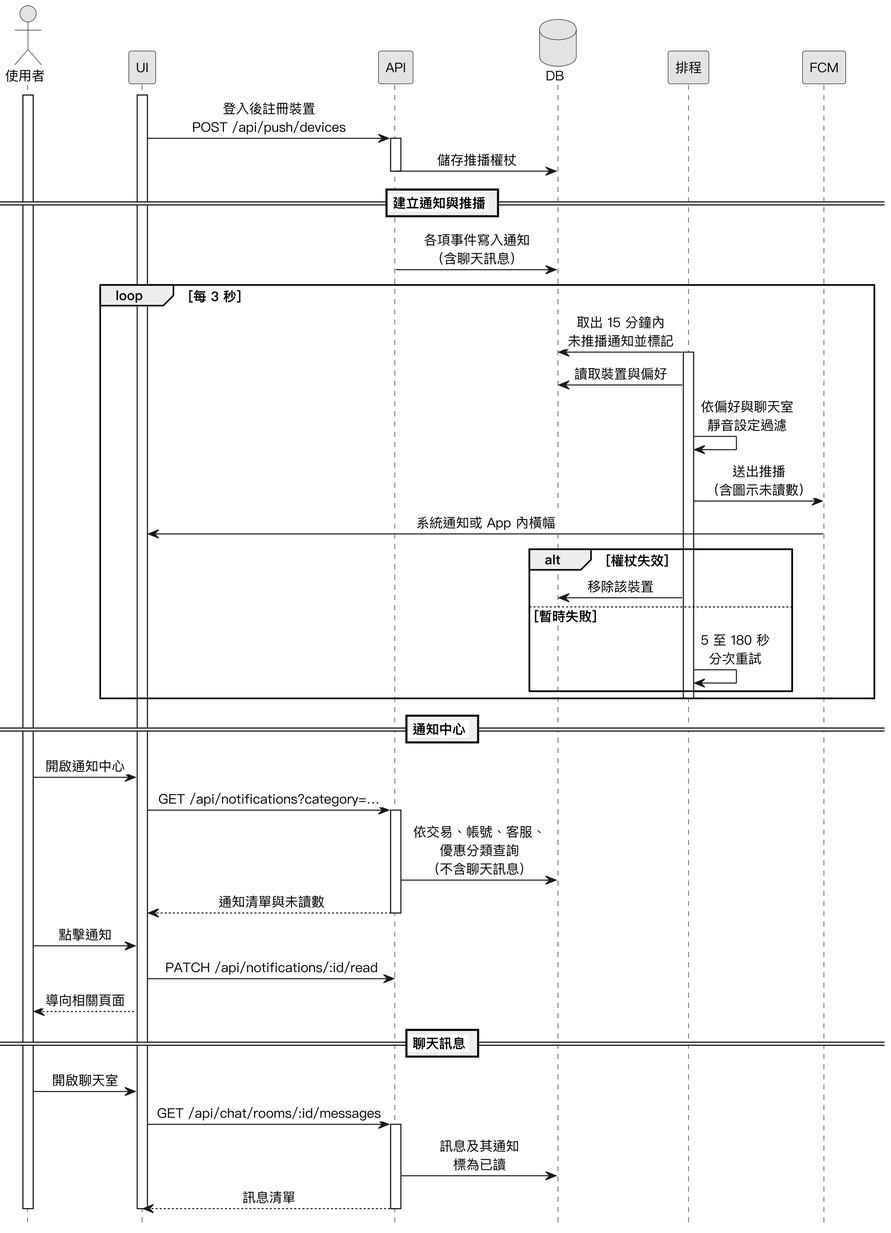
SaveMyBook/SaveMyBook keeps this PlantUML diagram as Diagrams/Sequence Diagrams/v3/seq_notification_push.png. Above is the earlier version.
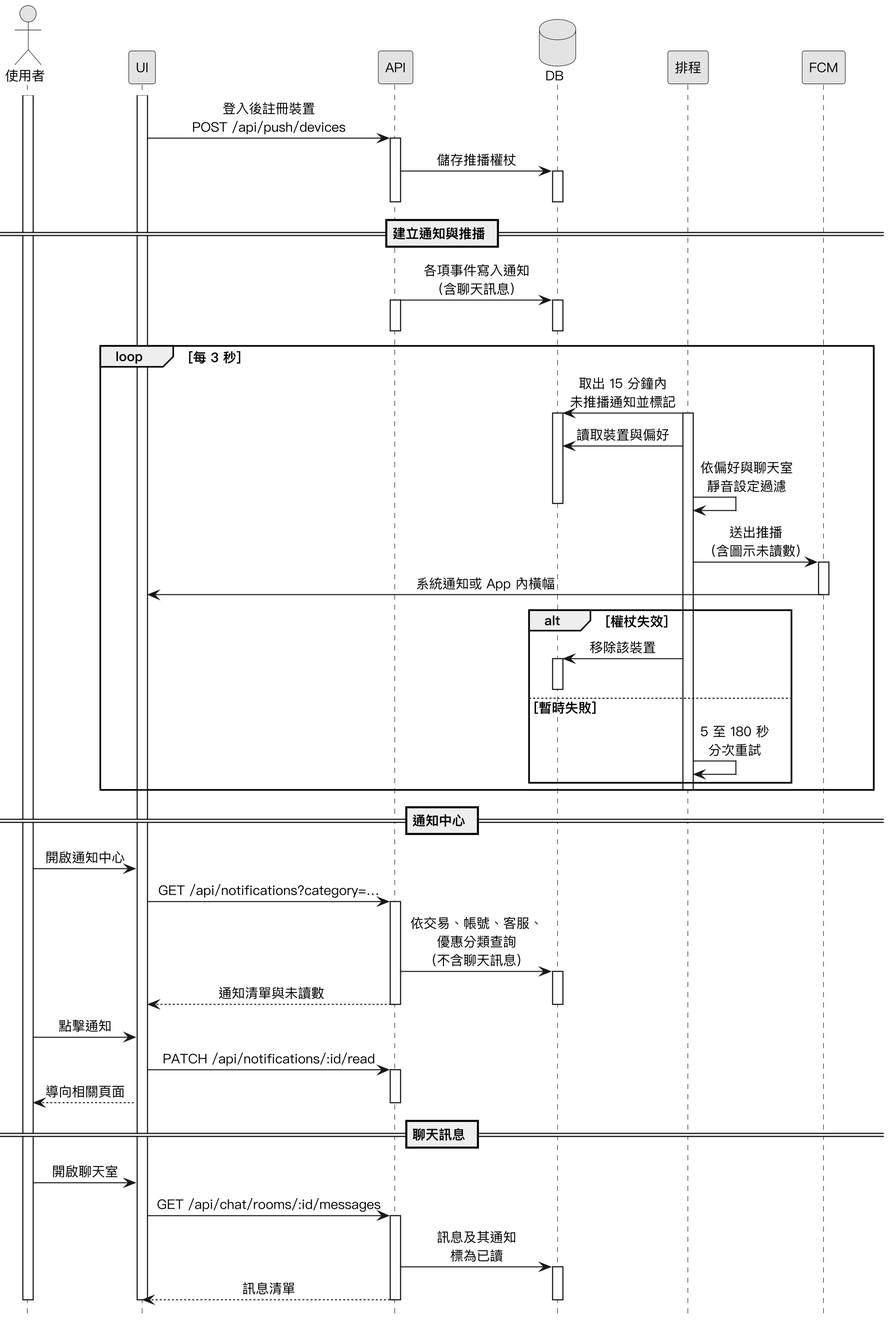
After the commit.

What changed in the source:
```diff
@@ -19,20 +19,29 @@
 activate UI
 UI -> API : 登入後註冊裝置\nPOST /api/push/devices
 activate API
-API -> DB : 儲存推播權杖
+API -> DB ++ : 儲存推播權杖
+deactivate DB
 deactivate API
 
 == 建立通知與推播 ==
-API -> DB : 各項事件寫入通知\n（含聊天訊息）
+API -> DB ++ : 各項事件寫入通知\n（含聊天訊息）
+activate API
+deactivate DB
+deactivate API
 loop 每 3 秒
   排程 -> DB : 取出 15 分鐘內\n未推播通知並標記
+  activate DB
   activate 排程
   排程 -> DB : 讀取裝置與偏好
   排程 -> 排程 : 依偏好與聊天室\n靜音設定過濾
+  deactivate DB
   排程 -> FCM : 送出推播\n（含圖示未讀數）
+  activate FCM
   FCM -> UI : 系統通知或 App 內橫幅
+  deactivate FCM
   alt 權杖失效
-    排程 -> DB : 移除該裝置
+    排程 -> DB ++ : 移除該裝置
+    deactivate DB
   else 暫時失敗
     排程 -> 排程 : 5 至 180 秒\n分次重試
   end
@@ -44,18 +53,24 @@
 UI -> API : GET /api/notifications?category=…
 activate API
 API -> DB : 依交易、帳號、客服、\n優惠分類查詢\n（不含聊天訊息）
+activate DB
 API --> UI : 通知清單與未讀數
+deactivate DB
 deactivate API
 使用者 -> UI : 點擊通知
 UI -> API : PATCH /api/notifications/:id/read
+activate API
 UI --> 使用者 : 導向相關頁面
+deactivate API
 
 == 聊天訊息 ==
 使用者 -> UI : 開啟聊天室
 UI -> API : GET /api/chat/rooms/:id/messages
 activate API
 API -> DB : 訊息及其通知\n標為已讀
+activate DB
 API --> UI : 訊息清單
+deactivate DB
 deactivate API
 deactivate UI
 deactivate 使用者
```
